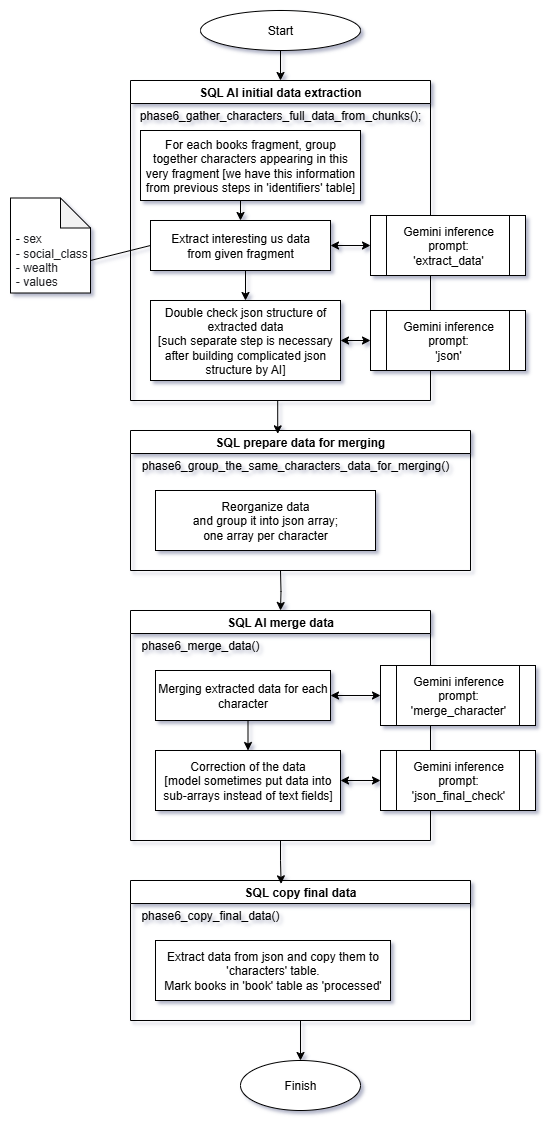
This is diagrams/phase6_data_extraction.drawio.png from jj123451/book_crawler, a draw.io export, as it was before one commit. Source tidied: cells renumbered, new cells last; positions are measured from the earlier drawing's top-left corner, leaving out a move shared by most shapes. Its diagram source:
```xml
<mxGraphModel>
  <root>
    <mxCell id="0" />
    <mxCell id="1" parent="0" />
    <mxCell id="2" style="edgeStyle=orthogonalEdgeStyle;rounded=0;jettySize=auto;html=1;exitX=0.5;exitY=1;exitDx=0;exitDy=0;" parent="1" edge="1" source="3" target="4">
      <mxGeometry relative="1" as="geometry" />
    </mxCell>
    <mxCell id="3" value="Start" style="ellipse;whiteSpace=wrap;html=1;" parent="1" vertex="1">
      <mxGeometry x="190" width="160" height="40" as="geometry" />
    </mxCell>
    <mxCell id="4" value="SQL AI initial data extraction" style="swimlane;whiteSpace=wrap;html=1;" parent="1" vertex="1">
      <mxGeometry x="120" y="70" width="300" height="320" as="geometry" />
    </mxCell>
    <mxCell id="5" style="edgeStyle=orthogonalEdgeStyle;rounded=0;jettySize=auto;html=1;exitX=0.5;exitY=1;exitDx=0;exitDy=0;entryX=0.5;entryY=0;entryDx=0;entryDy=0;" parent="4" edge="1" source="6" target="9">
      <mxGeometry relative="1" as="geometry" />
    </mxCell>
    <mxCell id="6" value="For each books fragment, group together characters appearing in this very fragment [we have this information from previous steps in 'identifiers' table]" style="rounded=0;whiteSpace=wrap;html=1;" parent="4" vertex="1">
      <mxGeometry x="10" y="50" width="220" height="70" as="geometry" />
    </mxCell>
    <mxCell id="7" value="&lt;div&gt;phase6_gather_characters_full_data_from_chunks();&lt;/div&gt;" style="text;html=1;align=center;verticalAlign=middle;whiteSpace=wrap;rounded=0;" parent="4" vertex="1">
      <mxGeometry y="20" width="300" height="30" as="geometry" />
    </mxCell>
    <mxCell id="8" style="edgeStyle=orthogonalEdgeStyle;rounded=0;jettySize=auto;html=1;exitX=0.5;exitY=1;exitDx=0;exitDy=0;entryX=0.5;entryY=0;entryDx=0;entryDy=0;" parent="4" edge="1" source="9" target="10">
      <mxGeometry relative="1" as="geometry" />
    </mxCell>
    <mxCell id="9" value="Extract interesting us data&lt;br&gt;from given fragment" style="rounded=0;whiteSpace=wrap;html=1;" parent="4" vertex="1">
      <mxGeometry x="20" y="140" width="180" height="50" as="geometry" />
    </mxCell>
    <mxCell id="10" value="Double check json structure of extracted data&lt;br&gt;[such separate step is necessary after building complicated json structure by AI]" style="rounded=0;whiteSpace=wrap;html=1;" parent="4" vertex="1">
      <mxGeometry x="20" y="220" width="190" height="80" as="geometry" />
    </mxCell>
    <mxCell id="11" value="&lt;div&gt;&lt;br&gt;&lt;/div&gt;&lt;div&gt;&lt;br&gt;&lt;/div&gt;&amp;nbsp;-&amp;nbsp;&lt;span style=&quot;color: rgb(32, 33, 36); font-family: Roboto, sans-serif; white-space-collapse: preserve; background-color: rgb(255, 255, 255);&quot;&gt;sex&lt;br&gt; - social_class&lt;br&gt; - wealth&lt;br/&gt; - values&lt;/span&gt;" style="shape=note;whiteSpace=wrap;html=1;backgroundOutline=1;darkOpacity=0.05;align=left;" parent="1" vertex="1">
      <mxGeometry y="187.5" width="80" height="95" as="geometry" />
    </mxCell>
    <mxCell id="12" value="Finish" style="ellipse;whiteSpace=wrap;html=1;" parent="1" vertex="1">
      <mxGeometry x="230" y="1050" width="120" height="50" as="geometry" />
    </mxCell>
    <mxCell id="13" value="Gemini inference&lt;br&gt;prompt:&lt;br&gt;'extract_data'" style="shape=process;whiteSpace=wrap;html=1;backgroundOutline=1;" parent="1" vertex="1">
      <mxGeometry x="360" y="205" width="155" height="60" as="geometry" />
    </mxCell>
    <mxCell id="14" style="endArrow=classic;startArrow=classic;html=1;rounded=0;entryX=0;entryY=0.5;entryDx=0;entryDy=0;exitX=1;exitY=0.5;exitDx=0;exitDy=0;" parent="1" edge="1" source="9" target="13">
      <mxGeometry relative="1" as="geometry" />
    </mxCell>
    <mxCell id="15" style="endArrow=none;html=1;rounded=0;exitX=0;exitY=0;exitDx=80;exitDy=62.5;exitPerimeter=0;entryX=0;entryY=0.5;entryDx=0;entryDy=0;" parent="1" edge="1" source="11" target="9">
      <mxGeometry relative="1" as="geometry" />
    </mxCell>
    <mxCell id="16" value="Gemini inference&lt;br&gt;prompt:&lt;br&gt;'json'" style="shape=process;whiteSpace=wrap;html=1;backgroundOutline=1;" parent="1" vertex="1">
      <mxGeometry x="360" y="300" width="155" height="60" as="geometry" />
    </mxCell>
    <mxCell id="17" style="endArrow=classic;startArrow=classic;html=1;rounded=0;exitX=0;exitY=0.5;exitDx=0;exitDy=0;entryX=1;entryY=0.5;entryDx=0;entryDy=0;" parent="1" edge="1" source="16" target="10">
      <mxGeometry relative="1" as="geometry" />
    </mxCell>
    <mxCell id="18" style="edgeStyle=orthogonalEdgeStyle;rounded=0;jettySize=auto;html=1;entryX=0.5;entryY=0;entryDx=0;entryDy=0;" parent="1" edge="1" target="23">
      <mxGeometry relative="1" as="geometry">
        <mxPoint x="270" y="560" as="sourcePoint" />
      </mxGeometry>
    </mxCell>
    <mxCell id="19" value="SQL prepare data for merging" style="swimlane;whiteSpace=wrap;html=1;" parent="1" vertex="1">
      <mxGeometry x="120" y="420" width="340" height="140" as="geometry" />
    </mxCell>
    <mxCell id="20" value="Reorganize data&lt;br&gt;and group it into json array;&lt;br&gt;one array per character" style="rounded=0;whiteSpace=wrap;html=1;" parent="19" vertex="1">
      <mxGeometry x="25" y="60" width="220" height="60" as="geometry" />
    </mxCell>
    <mxCell id="21" value="&lt;div&gt;phase6_group_the_same_characters_data_for_merging()&lt;/div&gt;" style="text;html=1;align=center;verticalAlign=middle;whiteSpace=wrap;rounded=0;" parent="19" vertex="1">
      <mxGeometry y="20" width="330" height="30" as="geometry" />
    </mxCell>
    <mxCell id="22" style="edgeStyle=orthogonalEdgeStyle;rounded=0;jettySize=auto;html=1;exitX=0.5;exitY=1;exitDx=0;exitDy=0;entryX=0.433;entryY=0.024;entryDx=0;entryDy=0;entryPerimeter=0;" parent="1" edge="1" source="4" target="19">
      <mxGeometry relative="1" as="geometry" />
    </mxCell>
    <mxCell id="23" value="SQL AI merge data" style="swimlane;whiteSpace=wrap;html=1;" parent="1" vertex="1">
      <mxGeometry x="120" y="600" width="300" height="230" as="geometry" />
    </mxCell>
    <mxCell id="24" style="edgeStyle=orthogonalEdgeStyle;rounded=0;jettySize=auto;html=1;exitX=0.5;exitY=1;exitDx=0;exitDy=0;entryX=0.5;entryY=0;entryDx=0;entryDy=0;" parent="23" edge="1" source="25" target="29">
      <mxGeometry relative="1" as="geometry" />
    </mxCell>
    <mxCell id="25" value="Merging extracted data for each character" style="rounded=0;whiteSpace=wrap;html=1;" parent="23" vertex="1">
      <mxGeometry x="25" y="60" width="175" height="50" as="geometry" />
    </mxCell>
    <mxCell id="26" value="&lt;div&gt;phase6_merge_data()&lt;/div&gt;" style="text;html=1;align=center;verticalAlign=middle;whiteSpace=wrap;rounded=0;" parent="23" vertex="1">
      <mxGeometry y="20" width="140" height="30" as="geometry" />
    </mxCell>
    <mxCell id="27" value="Gemini inference&lt;br&gt;prompt:&lt;br&gt;'merge_character'" style="shape=process;whiteSpace=wrap;html=1;backgroundOutline=1;" parent="23" vertex="1">
      <mxGeometry x="250" y="55" width="155" height="60" as="geometry" />
    </mxCell>
    <mxCell id="28" style="endArrow=classic;startArrow=classic;html=1;rounded=0;exitX=1;exitY=0.5;exitDx=0;exitDy=0;entryX=0;entryY=0.5;entryDx=0;entryDy=0;" parent="23" edge="1" source="25" target="27">
      <mxGeometry relative="1" as="geometry" />
    </mxCell>
    <mxCell id="29" value="Correction of the data&lt;br&gt;[model sometimes put data into sub-arrays instead of text fields]" style="rounded=0;whiteSpace=wrap;html=1;" parent="23" vertex="1">
      <mxGeometry x="25" y="140" width="185" height="60" as="geometry" />
    </mxCell>
    <mxCell id="30" value="Gemini inference&lt;br&gt;prompt:&lt;br&gt;'json_final_check'" style="shape=process;whiteSpace=wrap;html=1;backgroundOutline=1;" parent="1" vertex="1">
      <mxGeometry x="370" y="740" width="155" height="60" as="geometry" />
    </mxCell>
    <mxCell id="31" style="endArrow=classic;startArrow=classic;html=1;rounded=0;exitX=0;exitY=0.5;exitDx=0;exitDy=0;entryX=1;entryY=0.5;entryDx=0;entryDy=0;" parent="1" edge="1" source="30" target="29">
      <mxGeometry relative="1" as="geometry" />
    </mxCell>
    <mxCell id="32" style="edgeStyle=orthogonalEdgeStyle;rounded=0;jettySize=auto;html=1;exitX=0.5;exitY=1;exitDx=0;exitDy=0;" parent="1" edge="1" source="33" target="12">
      <mxGeometry relative="1" as="geometry" />
    </mxCell>
    <mxCell id="33" value="SQL copy final data" style="swimlane;whiteSpace=wrap;html=1;" parent="1" vertex="1">
      <mxGeometry x="120" y="870" width="340" height="140" as="geometry" />
    </mxCell>
    <mxCell id="34" value="Extract data from json and copy them to 'characters' table.&lt;br&gt;Mark books in 'book' table as 'processed'" style="rounded=0;whiteSpace=wrap;html=1;" parent="33" vertex="1">
      <mxGeometry x="25" y="60" width="235" height="60" as="geometry" />
    </mxCell>
    <mxCell id="35" value="&lt;div&gt;phase6_copy_final_data()&lt;/div&gt;" style="text;html=1;align=center;verticalAlign=middle;whiteSpace=wrap;rounded=0;" parent="33" vertex="1">
      <mxGeometry y="20" width="160" height="30" as="geometry" />
    </mxCell>
    <mxCell id="36" style="edgeStyle=orthogonalEdgeStyle;rounded=0;jettySize=auto;html=1;exitX=0.5;exitY=1;exitDx=0;exitDy=0;entryX=0.443;entryY=0.024;entryDx=0;entryDy=0;entryPerimeter=0;" parent="1" edge="1" source="23" target="33">
      <mxGeometry relative="1" as="geometry" />
    </mxCell>
  </root>
</mxGraphModel>
```
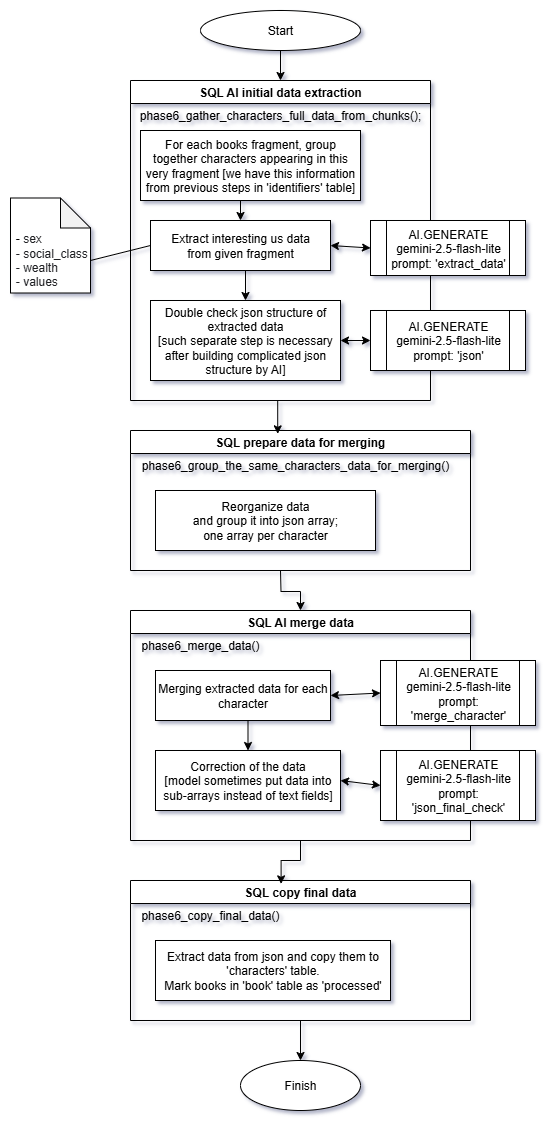
Above is the later version.

What changed in the source:
```diff
@@ -35,8 +35,8 @@
     <mxCell id="12" value="Finish" style="ellipse;whiteSpace=wrap;html=1;" parent="1" vertex="1">
       <mxGeometry x="230" y="1050" width="120" height="50" as="geometry" />
     </mxCell>
-    <mxCell id="13" value="Gemini inference&lt;br&gt;prompt:&lt;br&gt;'extract_data'" style="shape=process;whiteSpace=wrap;html=1;backgroundOutline=1;" parent="1" vertex="1">
-      <mxGeometry x="360" y="205" width="155" height="60" as="geometry" />
+    <mxCell id="13" value="AI.GENERATE&lt;br&gt;gemini-2.5-flash-lite&lt;br&gt;prompt:&amp;nbsp;'extract_data'" style="shape=process;whiteSpace=wrap;html=1;backgroundOutline=1;" parent="1" vertex="1">
+      <mxGeometry x="360" y="210" width="155" height="55" as="geometry" />
     </mxCell>
     <mxCell id="14" style="endArrow=classic;startArrow=classic;html=1;rounded=0;entryX=0;entryY=0.5;entryDx=0;entryDy=0;exitX=1;exitY=0.5;exitDx=0;exitDy=0;" parent="1" edge="1" source="9" target="13">
       <mxGeometry relative="1" as="geometry" />
@@ -44,7 +44,7 @@
     <mxCell id="15" style="endArrow=none;html=1;rounded=0;exitX=0;exitY=0;exitDx=80;exitDy=62.5;exitPerimeter=0;entryX=0;entryY=0.5;entryDx=0;entryDy=0;" parent="1" edge="1" source="11" target="9">
       <mxGeometry relative="1" as="geometry" />
     </mxCell>
-    <mxCell id="16" value="Gemini inference&lt;br&gt;prompt:&lt;br&gt;'json'" style="shape=process;whiteSpace=wrap;html=1;backgroundOutline=1;" parent="1" vertex="1">
+    <mxCell id="16" value="AI.GENERATE&lt;br&gt;gemini-2.5-flash-lite&lt;br&gt;prompt: 'json'" style="shape=process;whiteSpace=wrap;html=1;backgroundOutline=1;" parent="1" vertex="1">
       <mxGeometry x="360" y="300" width="155" height="60" as="geometry" />
     </mxCell>
     <mxCell id="17" style="endArrow=classic;startArrow=classic;html=1;rounded=0;exitX=0;exitY=0.5;exitDx=0;exitDy=0;entryX=1;entryY=0.5;entryDx=0;entryDy=0;" parent="1" edge="1" source="16" target="10">
@@ -68,7 +68,7 @@
       <mxGeometry relative="1" as="geometry" />
     </mxCell>
     <mxCell id="23" value="SQL AI merge data" style="swimlane;whiteSpace=wrap;html=1;" parent="1" vertex="1">
-      <mxGeometry x="120" y="600" width="300" height="230" as="geometry" />
+      <mxGeometry x="120" y="600" width="340" height="230" as="geometry" />
     </mxCell>
     <mxCell id="24" style="edgeStyle=orthogonalEdgeStyle;rounded=0;jettySize=auto;html=1;exitX=0.5;exitY=1;exitDx=0;exitDy=0;entryX=0.5;entryY=0;entryDx=0;entryDy=0;" parent="23" edge="1" source="25" target="29">
       <mxGeometry relative="1" as="geometry" />
@@ -79,8 +79,8 @@
     <mxCell id="26" value="&lt;div&gt;phase6_merge_data()&lt;/div&gt;" style="text;html=1;align=center;verticalAlign=middle;whiteSpace=wrap;rounded=0;" parent="23" vertex="1">
       <mxGeometry y="20" width="140" height="30" as="geometry" />
     </mxCell>
-    <mxCell id="27" value="Gemini inference&lt;br&gt;prompt:&lt;br&gt;'merge_character'" style="shape=process;whiteSpace=wrap;html=1;backgroundOutline=1;" parent="23" vertex="1">
-      <mxGeometry x="250" y="55" width="155" height="60" as="geometry" />
+    <mxCell id="27" value="AI.GENERATE&lt;br&gt;gemini-2.5-flash-lite&lt;br&gt;prompt:&lt;br&gt;'merge_character'" style="shape=process;whiteSpace=wrap;html=1;backgroundOutline=1;" parent="23" vertex="1">
+      <mxGeometry x="250" y="50" width="155" height="65" as="geometry" />
     </mxCell>
     <mxCell id="28" style="endArrow=classic;startArrow=classic;html=1;rounded=0;exitX=1;exitY=0.5;exitDx=0;exitDy=0;entryX=0;entryY=0.5;entryDx=0;entryDy=0;" parent="23" edge="1" source="25" target="27">
       <mxGeometry relative="1" as="geometry" />
@@ -88,8 +88,8 @@
     <mxCell id="29" value="Correction of the data&lt;br&gt;[model sometimes put data into sub-arrays instead of text fields]" style="rounded=0;whiteSpace=wrap;html=1;" parent="23" vertex="1">
       <mxGeometry x="25" y="140" width="185" height="60" as="geometry" />
     </mxCell>
-    <mxCell id="30" value="Gemini inference&lt;br&gt;prompt:&lt;br&gt;'json_final_check'" style="shape=process;whiteSpace=wrap;html=1;backgroundOutline=1;" parent="1" vertex="1">
-      <mxGeometry x="370" y="740" width="155" height="60" as="geometry" />
+    <mxCell id="30" value="AI.GENERATE&lt;br&gt;gemini-2.5-flash-lite&lt;br&gt;prompt:&lt;br&gt;'json_final_check'" style="shape=process;whiteSpace=wrap;html=1;backgroundOutline=1;" parent="1" vertex="1">
+      <mxGeometry x="370" y="740" width="155" height="70" as="geometry" />
     </mxCell>
     <mxCell id="31" style="endArrow=classic;startArrow=classic;html=1;rounded=0;exitX=0;exitY=0.5;exitDx=0;exitDy=0;entryX=1;entryY=0.5;entryDx=0;entryDy=0;" parent="1" edge="1" source="30" target="29">
       <mxGeometry relative="1" as="geometry" />
```
